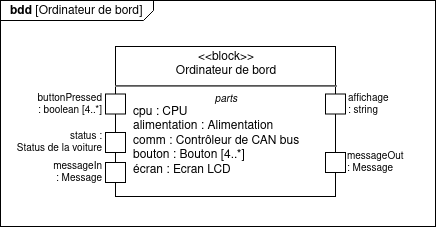
The draw.io diagram diagrammes/bdd_ordi_de_bord.png in Dalker/ISI-mobility, before a commit. Source tidied: cells renumbered, new cells last; positions are measured from the earlier drawing's top-left corner, leaving out a move shared by most shapes.
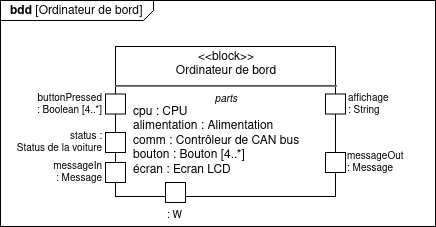
Later version of the same file.

Diff of the diagram source:
```diff
@@ -17,11 +17,14 @@
     <mxCell id="6" value="&lt;div&gt;messageOut&lt;/div&gt;&lt;div&gt;: Message&lt;br&gt;&lt;/div&gt;" style="strokeColor=inherit;fillColor=inherit;gradientColor=inherit;shape=rect;html=1;align=left;verticalAlign=middle;labelPosition=right;verticalLabelPosition=middle;labelBackgroundColor=none;fontSize=10;paart=1;spacingLeft=0;spacingRight=2;" parent="2" vertex="1">
       <mxGeometry x="325" y="152" width="20" height="20" as="geometry" />
     </mxCell>
-    <mxCell id="7" value="&lt;div&gt;affichage&lt;/div&gt;&lt;div&gt;: string&lt;br&gt;&lt;/div&gt;" style="strokeColor=inherit;fillColor=inherit;gradientColor=inherit;shape=rect;html=1;align=left;verticalAlign=middle;labelPosition=right;verticalLabelPosition=middle;labelBackgroundColor=none;fontSize=10;paart=1;spacingLeft=1;spacingRight=2;" parent="2" vertex="1">
+    <mxCell id="7" value="&lt;div&gt;affichage&lt;/div&gt;&lt;div&gt;: String&lt;br&gt;&lt;/div&gt;" style="strokeColor=inherit;fillColor=inherit;gradientColor=inherit;shape=rect;html=1;align=left;verticalAlign=middle;labelPosition=right;verticalLabelPosition=middle;labelBackgroundColor=none;fontSize=10;paart=1;spacingLeft=1;spacingRight=2;" parent="2" vertex="1">
       <mxGeometry x="325" y="93.5" width="20" height="20" as="geometry" />
     </mxCell>
-    <mxCell id="8" value="&lt;div&gt;buttonPressed&lt;/div&gt;&lt;div&gt;: boolean [4..*]&lt;br&gt;&lt;/div&gt;" style="strokeColor=inherit;fillColor=inherit;gradientColor=inherit;shape=rect;html=1;align=right;verticalAlign=middle;labelPosition=left;verticalLabelPosition=middle;labelBackgroundColor=none;fontSize=10;paart=1;spacingLeft=1;spacingRight=2;" parent="2" vertex="1">
+    <mxCell id="8" value="&lt;div&gt;buttonPressed&lt;/div&gt;&lt;div&gt;: Boolean [4..*]&lt;br&gt;&lt;/div&gt;" style="strokeColor=inherit;fillColor=inherit;gradientColor=inherit;shape=rect;html=1;align=right;verticalAlign=middle;labelPosition=left;verticalLabelPosition=middle;labelBackgroundColor=none;fontSize=10;paart=1;spacingLeft=1;spacingRight=2;" parent="2" vertex="1">
       <mxGeometry x="105" y="93.5" width="20" height="20" as="geometry" />
     </mxCell>
+    <mxCell id="9" value=": W" style="strokeColor=inherit;fillColor=inherit;gradientColor=inherit;shape=rect;html=1;align=center;verticalAlign=top;labelPosition=center;verticalLabelPosition=bottom;labelBackgroundColor=none;fontSize=10;paart=1;spacingLeft=0;spacingRight=2;" parent="2" vertex="1">
+      <mxGeometry x="165" y="182" width="20" height="20" as="geometry" />
+    </mxCell>
   </root>
 </mxGraphModel>
```
